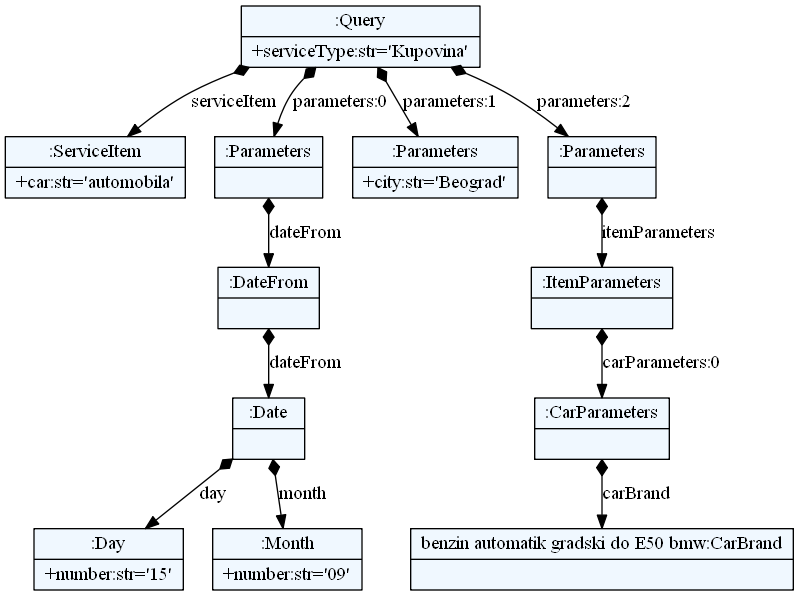
ftnE2-tim1-2016-17/jsd keeps this Graphviz diagram as textXGrammar/test.png. Above is the earlier version. Its source is kept beside it as textXGrammar/test.dot.
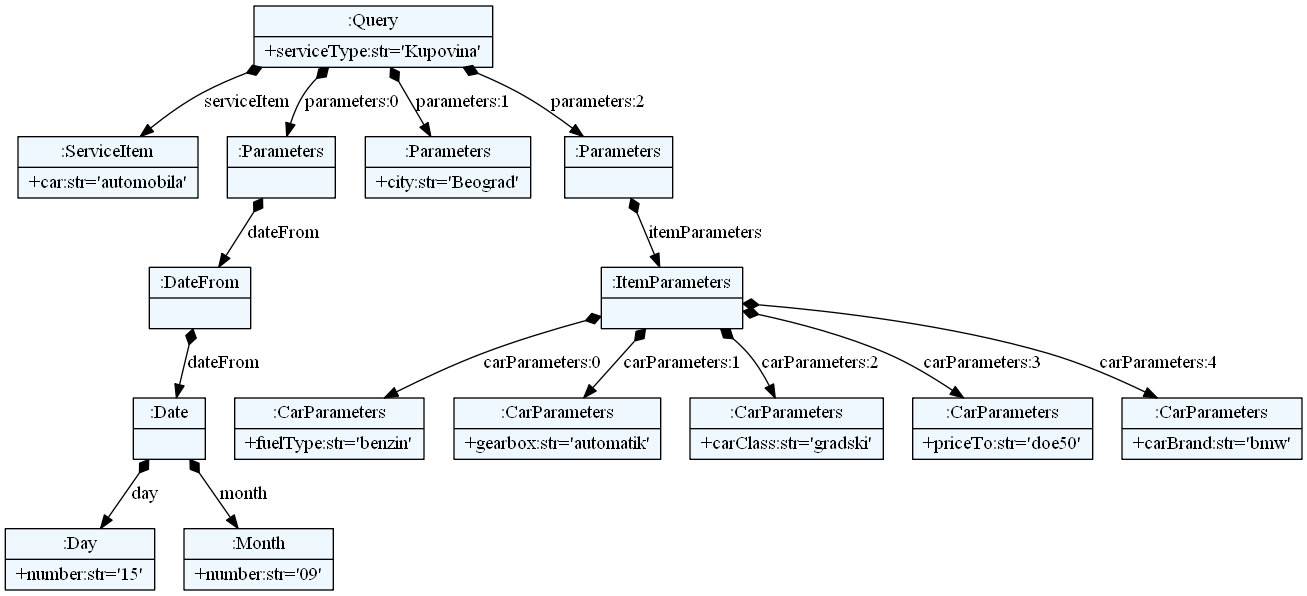
Above is the later version.

Diff of the diagram source:
```diff
@@ -10,29 +10,34 @@
     edge[dir=black,arrowtail=empty]
 
 
-61749744 -> 61749584 [label="serviceItem" arrowtail=diamond dir=both]
-61749584[label="{:ServiceItem|+car:str='automobila'\l}"]
-61749744 -> 61749616 [label="parameters:0" arrowtail=diamond dir=both]
-61749616 -> 61748464 [label="dateFrom" arrowtail=diamond dir=both]
-61748464 -> 61747696 [label="dateFrom" arrowtail=diamond dir=both]
-61747696 -> 61750096 [label="day" arrowtail=diamond dir=both]
-61750096[label="{:Day|+number:str='15'\l}"]
-61747696 -> 61749840 [label="month" arrowtail=diamond dir=both]
-61749840[label="{:Month|+number:str='09'\l}"]
-61747696[label="{:Date|}"]
-61748464[label="{:DateFrom|}"]
-61749616[label="{:Parameters|}"]
-61749744 -> 61748752 [label="parameters:1" arrowtail=diamond dir=both]
-61748752[label="{:Parameters|+city:str='Beograd'\l}"]
-61749744 -> 61747792 [label="parameters:2" arrowtail=diamond dir=both]
-61747792 -> 61747888 [label="itemParameters" arrowtail=diamond dir=both]
-61747888 -> 61749904 [label="carParameters:0" arrowtail=diamond dir=both]
-61749904 -> 61749872 [label="carBrand" arrowtail=diamond dir=both]
-61749872[label="{benzin automatik gradski do E50 bmw
-:CarBrand|}"]
-61749904[label="{:CarParameters|}"]
-61747888[label="{:ItemParameters|}"]
-61747792[label="{:Parameters|}"]
-61749744[label="{:Query|+serviceType:str='Kupovina'\l}"]
+61929616 -> 61906320 [label="serviceItem" arrowtail=diamond dir=both]
+61906320[label="{:ServiceItem|+car:str='automobila'\l}"]
+61929616 -> 61905264 [label="parameters:0" arrowtail=diamond dir=both]
+61905264 -> 61906640 [label="dateFrom" arrowtail=diamond dir=both]
+61906640 -> 61942096 [label="dateFrom" arrowtail=diamond dir=both]
+61942096 -> 61942192 [label="day" arrowtail=diamond dir=both]
+61942192[label="{:Day|+number:str='15'\l}"]
+61942096 -> 61942320 [label="month" arrowtail=diamond dir=both]
+61942320[label="{:Month|+number:str='09'\l}"]
+61942096[label="{:Date|}"]
+61906640[label="{:DateFrom|}"]
+61905264[label="{:Parameters|}"]
+61929616 -> 61906736 [label="parameters:1" arrowtail=diamond dir=both]
+61906736[label="{:Parameters|+city:str='Beograd'\l}"]
+61929616 -> 61903248 [label="parameters:2" arrowtail=diamond dir=both]
+61903248 -> 61940464 [label="itemParameters" arrowtail=diamond dir=both]
+61940464 -> 61942352 [label="carParameters:0" arrowtail=diamond dir=both]
+61942352[label="{:CarParameters|+fuelType:str='benzin'\l}"]
+61940464 -> 61942384 [label="carParameters:1" arrowtail=diamond dir=both]
+61942384[label="{:CarParameters|+gearbox:str='automatik'\l}"]
+61940464 -> 61942416 [label="carParameters:2" arrowtail=diamond dir=both]
+61942416[label="{:CarParameters|+carClass:str='gradski'\l}"]
+61940464 -> 61942448 [label="carParameters:3" arrowtail=diamond dir=both]
+61942448[label="{:CarParameters|+priceTo:str='doe50'\l}"]
+61940464 -> 61942480 [label="carParameters:4" arrowtail=diamond dir=both]
+61942480[label="{:CarParameters|+carBrand:str='bmw'\l}"]
+61940464[label="{:ItemParameters|}"]
+61903248[label="{:Parameters|}"]
+61929616[label="{:Query|+serviceType:str='Kupovina'\l}"]
 
 }
```
